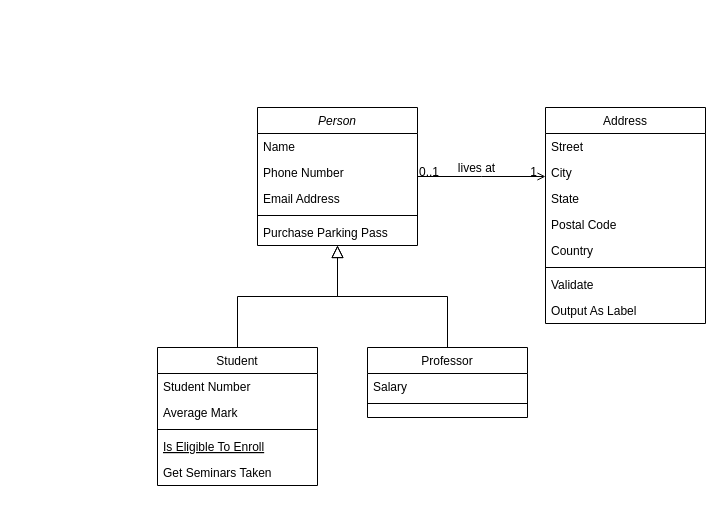
StewieTech/projectHMS keeps this draw.io diagram as docs/Untitled Diagram.drawio. Above is the earlier version. Source tidied: cells renumbered, new cells numbered last; positions are measured from the earlier drawing's top-left corner, leaving out a move shared by most shapes. Both pictures are drawn from the tidied source at 100%, with x=0, y=0 at pixel (157, 107).
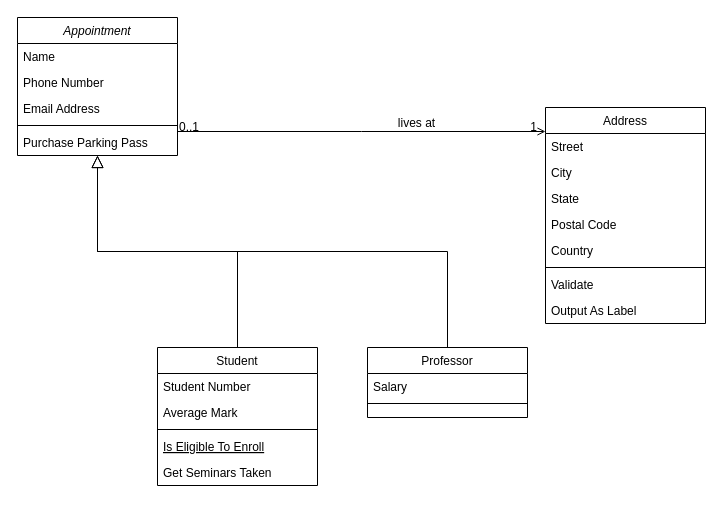
The same page after the edit.

Diff of the diagram source:
```diff
@@
-    <mxCell id="2" value="Person" style="swimlane;fontStyle=2;align=center;verticalAlign=top;horizontal=1;startSize=26;rounded=0;shadow=0;strokeWidth=1;" parent="1" vertex="1">
-      <mxGeometry x="100" width="160" height="138" as="geometry" />
+    <mxCell id="2" value="Appointment" style="swimlane;fontStyle=2;align=center;verticalAlign=top;horizontal=1;startSize=26;rounded=0;shadow=0;strokeWidth=1;" parent="1" vertex="1">
+      <mxGeometry x="-140" y="-90" width="160" height="138" as="geometry" />
     </mxCell>
```
